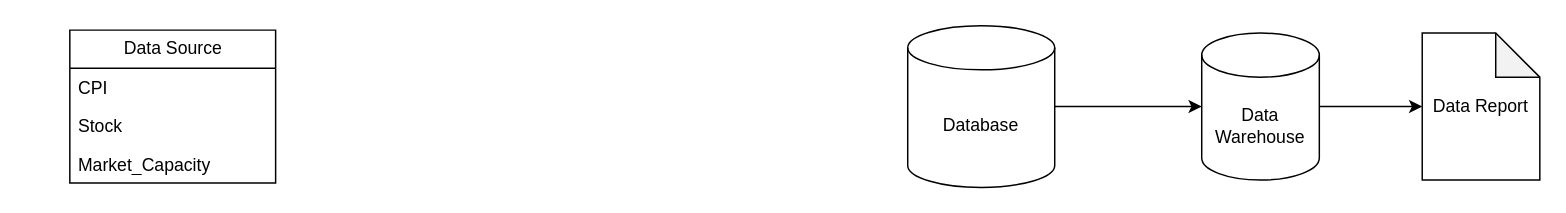
Above: Untitled Diagram.drawio in addisontsang0/stock_project (draw.io), before the change. Source tidied: cells renumbered, new cells numbered last; positions are measured from the earlier drawing's top-left corner, leaving out a move shared by most shapes. Both pictures are drawn from the tidied source at 147%, with x=0, y=0 at pixel (69, 25).
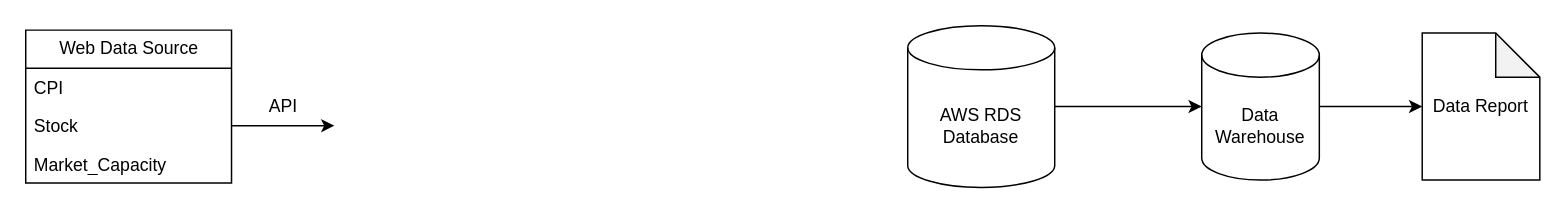
The same page after the edit.

The edit, as a diff of the source:
```diff
@@
 <mxGraphModel>
   <root>
     <mxCell id="0" />
     <mxCell id="1" parent="0" />
-    <mxCell id="2" value="Database" style="shape=cylinder3;whiteSpace=wrap;html=1;boundedLbl=1;backgroundOutline=1;size=15;" parent="1" vertex="1">
+    <mxCell id="2" value="AWS RDS&lt;br&gt;Database" style="shape=cylinder3;whiteSpace=wrap;html=1;boundedLbl=1;backgroundOutline=1;size=15;" parent="1" vertex="1">
       <mxGeometry x="570" width="100" height="110" as="geometry" />
     </mxCell>
     <mxCell id="3" style="endArrow=classic;html=1;rounded=0;exitX=1;exitY=0.5;exitDx=0;exitDy=0;exitPerimeter=0;entryX=0;entryY=0.5;entryDx=0;entryDy=0;entryPerimeter=0;" parent="1" edge="1" source="2" target="4">
       <mxGeometry relative="1" as="geometry" />
     </mxCell>
     <mxCell id="4" value="Data Warehouse" style="shape=cylinder3;whiteSpace=wrap;html=1;boundedLbl=1;backgroundOutline=1;size=15;" parent="1" vertex="1">
       <mxGeometry x="770" y="5" width="80" height="100" as="geometry" />
     </mxCell>
     <mxCell id="5" style="endArrow=classic;html=1;rounded=0;exitX=1;exitY=0.5;exitDx=0;exitDy=0;exitPerimeter=0;" parent="1" edge="1" source="4">
       <mxGeometry relative="1" as="geometry">
         <mxPoint x="920" y="55" as="targetPoint" />
       </mxGeometry>
     </mxCell>
     <mxCell id="6" value="Data Report" style="shape=note;whiteSpace=wrap;html=1;backgroundOutline=1;darkOpacity=0.05;" parent="1" vertex="1">
       <mxGeometry x="920" y="5" width="80" height="100" as="geometry" />
     </mxCell>
-    <mxCell id="7" value="Data Source" style="swimlane;fontStyle=0;horizontal=1;startSize=26;fillColor=none;html=1;shadow=0;" parent="1" vertex="1">
-      <mxGeometry y="3" width="140" height="104" as="geometry" />
+    <mxCell id="7" value="Web Data Source" style="swimlane;fontStyle=0;horizontal=1;startSize=26;fillColor=none;html=1;shadow=0;" parent="1" vertex="1">
+      <mxGeometry x="-30" y="3" width="140" height="104" as="geometry" />
     </mxCell>
     <mxCell id="8" value="CPI" style="text;strokeColor=none;fillColor=none;align=left;verticalAlign=top;spacingLeft=4;spacingRight=4;overflow=hidden;whiteSpace=wrap;html=1;" parent="7" vertex="1">
       <mxGeometry y="26" width="140" height="26" as="geometry" />
     </mxCell>
     <mxCell id="9" value="Stock" style="text;strokeColor=none;fillColor=none;align=left;verticalAlign=top;spacingLeft=4;spacingRight=4;overflow=hidden;points=[[0,0.5],[1,0.5]];portConstraint=eastwest;whiteSpace=wrap;html=1;" parent="7" vertex="1">
       <mxGeometry y="52" width="140" height="26" as="geometry" />
     </mxCell>
     <mxCell id="10" value="Market_Capacity" style="text;strokeColor=none;fillColor=none;align=left;verticalAlign=top;spacingLeft=4;spacingRight=4;overflow=hidden;whiteSpace=wrap;html=1;" parent="7" vertex="1">
       <mxGeometry y="78" width="140" height="26" as="geometry" />
     </mxCell>
+    <mxCell id="11" style="endArrow=classic;html=1;rounded=0;exitX=1;exitY=0.5;exitDx=0;exitDy=0;" parent="1" edge="1" source="9">
+      <mxGeometry relative="1" as="geometry">
+        <mxPoint x="180" y="68" as="targetPoint" />
+      </mxGeometry>
+    </mxCell>
+    <mxCell id="12" value="API" style="text;html=1;align=center;verticalAlign=middle;strokeColor=none;fillColor=none;shadow=0;" parent="1" vertex="1">
+      <mxGeometry x="125" y="40" width="40" height="30" as="geometry" />
+    </mxCell>
   </root>
 </mxGraphModel>
```
